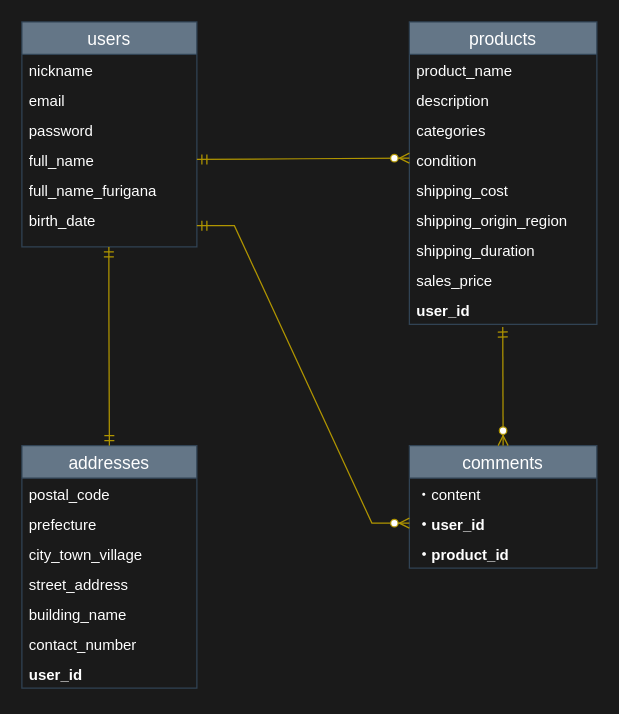
Above: FURIMA-17217.dio in YuyaTokutake1223/furima-17217 (draw.io), before the change. Source tidied: cells renumbered, new cells numbered last; positions are measured from the earlier drawing's top-left corner, leaving out a move shared by most shapes. Both pictures are drawn from the tidied source at 125%, with x=0, y=0 at pixel (21, 21).
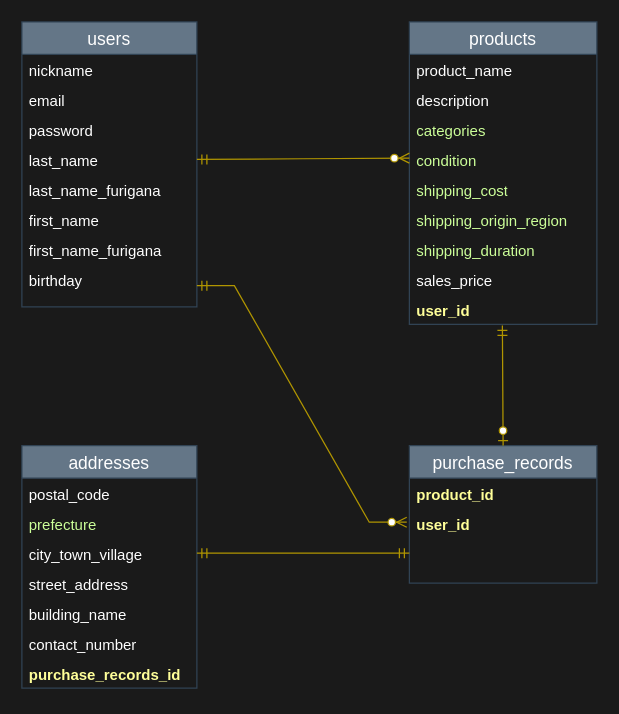
After the change.

Commit message (it also covers changes not shown here):
レビュー内容の修正

The change refers to these unchanged cells:
```xml
<mxCell id="9" value="products" style="swimlane;fontStyle=0;horizontal=1;startSize=26;align=center;fontSize=14;labelBackgroundColor=none;fontColor=#ffffff;fillColor=#647687;strokeColor=#314354;" parent="1" vertex="1">
  <mxGeometry x="310" width="150" height="242" as="geometry" />
</mxCell>
<mxCell id="19" value="addresses" style="swimlane;fontStyle=0;horizontal=1;startSize=26;align=center;fontSize=14;fontColor=#ffffff;labelBackgroundColor=none;fillColor=#647687;strokeColor=#314354;" parent="1" vertex="1">
  <mxGeometry y="339" width="140" height="194" as="geometry" />
</mxCell>
<mxCell id="22" value="city_town_village" style="text;strokeColor=none;fillColor=none;spacingLeft=4;spacingRight=4;overflow=hidden;points=[[0,0.5],[1,0.5]];portConstraint=eastwest;fontSize=12;fontColor=#FFFFFF;" parent="19" vertex="1">
  <mxGeometry y="74" width="140" height="24" as="geometry" />
</mxCell>
```

The edit, as a diff of the source:
```diff
@@
     <mxCell id="2" value="users" style="swimlane;fontStyle=0;horizontal=1;startSize=26;align=center;fontSize=14;labelBackgroundColor=none;fillColor=#647687;strokeColor=#314354;fontColor=#ffffff;" parent="1" vertex="1">
-      <mxGeometry width="140" height="180" as="geometry" />
+      <mxGeometry width="140" height="228" as="geometry" />
     </mxCell>
@@
-    <mxCell id="6" value="full_name" style="text;strokeColor=none;fillColor=none;spacingLeft=4;spacingRight=4;overflow=hidden;points=[[0,0.5],[1,0.5]];portConstraint=eastwest;fontSize=12;fontColor=#FFFFFF;" parent="2" vertex="1">
+    <mxCell id="6" value="last_name" style="text;strokeColor=none;fillColor=none;spacingLeft=4;spacingRight=4;overflow=hidden;points=[[0,0.5],[1,0.5]];portConstraint=eastwest;fontSize=12;fontColor=#FFFFFF;" parent="2" vertex="1">
       <mxGeometry y="98" width="140" height="24" as="geometry" />
     </mxCell>
-    <mxCell id="7" value="full_name_furigana" style="text;strokeColor=none;fillColor=none;spacingLeft=4;spacingRight=4;overflow=hidden;fontSize=12;fontColor=#FFFFFF;" parent="2" vertex="1">
+    <mxCell id="7" value="last_name_furigana" style="text;strokeColor=none;fillColor=none;spacingLeft=4;spacingRight=4;overflow=hidden;fontSize=12;fontColor=#FFFFFF;" parent="2" vertex="1">
       <mxGeometry y="122" width="140" height="24" as="geometry" />
     </mxCell>
+    <mxCell id="35" value="first_name" style="text;strokeColor=none;fillColor=none;spacingLeft=4;spacingRight=4;overflow=hidden;fontSize=12;fontColor=#FFFFFF;" parent="2" vertex="1">
+      <mxGeometry y="146" width="140" height="24" as="geometry" />
+    </mxCell>
+    <mxCell id="36" value="first_name_furigana" style="text;strokeColor=none;fillColor=none;spacingLeft=4;spacingRight=4;overflow=hidden;fontSize=12;fontColor=#FFFFFF;" parent="2" vertex="1">
+      <mxGeometry y="170" width="140" height="24" as="geometry" />
+    </mxCell>
-    <mxCell id="8" value="birth_date" style="text;strokeColor=none;fillColor=none;spacingLeft=4;spacingRight=4;overflow=hidden;points=[[0,0.5],[1,0.5]];portConstraint=eastwest;fontSize=12;fontColor=#FFFFFF;" parent="2" vertex="1">
-      <mxGeometry y="146" width="140" height="34" as="geometry" />
+    <mxCell id="8" value="birthday" style="text;strokeColor=none;fillColor=none;spacingLeft=4;spacingRight=4;overflow=hidden;points=[[0,0.5],[1,0.5]];portConstraint=eastwest;fontSize=12;fontColor=#FFFFFF;" parent="2" vertex="1">
+      <mxGeometry y="194" width="140" height="34" as="geometry" />
     </mxCell>
@@
-    <mxCell id="12" value="categories" style="text;strokeColor=none;fillColor=none;spacingLeft=4;spacingRight=4;overflow=hidden;fontSize=12;fontColor=#FFFFFF;" parent="9" vertex="1">
+    <mxCell id="12" value="categories" style="text;strokeColor=none;fillColor=none;spacingLeft=4;spacingRight=4;overflow=hidden;fontSize=12;fontColor=#CCFF99;" parent="9" vertex="1">
       <mxGeometry y="74" width="150" height="24" as="geometry" />
     </mxCell>
-    <mxCell id="13" value="condition" style="text;strokeColor=none;fillColor=none;spacingLeft=4;spacingRight=4;overflow=hidden;fontSize=12;fontColor=#FFFFFF;" parent="9" vertex="1">
+    <mxCell id="13" value="condition" style="text;strokeColor=none;fillColor=none;spacingLeft=4;spacingRight=4;overflow=hidden;fontSize=12;fontColor=#CCFF99;" parent="9" vertex="1">
       <mxGeometry y="98" width="150" height="24" as="geometry" />
     </mxCell>
-    <mxCell id="14" value="shipping_cost" style="text;strokeColor=none;fillColor=none;spacingLeft=4;spacingRight=4;overflow=hidden;fontSize=12;fontColor=#FFFFFF;" parent="9" vertex="1">
+    <mxCell id="14" value="shipping_cost" style="text;strokeColor=none;fillColor=none;spacingLeft=4;spacingRight=4;overflow=hidden;fontSize=12;fontColor=#CCFF99;html=1;" parent="9" vertex="1">
       <mxGeometry y="122" width="150" height="24" as="geometry" />
     </mxCell>
-    <mxCell id="15" value="shipping_origin_region" style="text;strokeColor=none;fillColor=none;spacingLeft=4;spacingRight=4;overflow=hidden;fontSize=12;fontColor=#FFFFFF;" parent="9" vertex="1">
+    <mxCell id="15" value="shipping_origin_region" style="text;strokeColor=none;fillColor=none;spacingLeft=4;spacingRight=4;overflow=hidden;fontSize=12;fontColor=#CCFF99;" parent="9" vertex="1">
       <mxGeometry y="146" width="150" height="24" as="geometry" />
     </mxCell>
-    <mxCell id="16" value="shipping_duration" style="text;strokeColor=none;fillColor=none;spacingLeft=4;spacingRight=4;overflow=hidden;fontSize=12;fontStyle=0;fontColor=#FFFFFF;" parent="9" vertex="1">
+    <mxCell id="16" value="shipping_duration" style="text;strokeColor=none;fillColor=none;spacingLeft=4;spacingRight=4;overflow=hidden;fontSize=12;fontStyle=0;fontColor=#CCFF99;" parent="9" vertex="1">
       <mxGeometry y="170" width="150" height="24" as="geometry" />
     </mxCell>
@@
-    <mxCell id="18" value="user_id" style="text;strokeColor=none;fillColor=none;spacingLeft=4;spacingRight=4;overflow=hidden;points=[[0,0.5],[1,0.5]];portConstraint=eastwest;fontSize=12;fontStyle=1;fontColor=#FFFFFF;" parent="9" vertex="1">
+    <mxCell id="18" value="user_id" style="text;strokeColor=none;fillColor=none;spacingLeft=4;spacingRight=4;overflow=hidden;points=[[0,0.5],[1,0.5]];portConstraint=eastwest;fontSize=12;fontStyle=1;fontColor=#FFFF99;" parent="9" vertex="1">
       <mxGeometry y="218" width="150" height="24" as="geometry" />
     </mxCell>
@@
-    <mxCell id="21" value="prefecture" style="text;strokeColor=none;fillColor=none;spacingLeft=4;spacingRight=4;overflow=hidden;fontSize=12;fontColor=#FFFFFF;" parent="19" vertex="1">
+    <mxCell id="21" value="prefecture" style="text;strokeColor=none;fillColor=none;spacingLeft=4;spacingRight=4;overflow=hidden;fontSize=12;fontColor=#CCFF99;" parent="19" vertex="1">
       <mxGeometry y="50" width="140" height="24" as="geometry" />
     </mxCell>
@@
-    <mxCell id="26" value="user_id" style="text;strokeColor=none;fillColor=none;spacingLeft=4;spacingRight=4;overflow=hidden;fontSize=12;fontStyle=1;fontColor=#FFFFFF;" parent="19" vertex="1">
-      <mxGeometry y="170" width="140" height="24" as="geometry" />
-    </mxCell>
+    <mxCell id="37" value="purchase_records_id" style="text;strokeColor=none;fillColor=none;spacingLeft=4;spacingRight=4;overflow=hidden;fontSize=12;fontColor=#FFFF99;fontStyle=1;" parent="19" vertex="1">
+      <mxGeometry y="170" width="140" height="24" as="geometry" />
+    </mxCell>
-    <mxCell id="27" value="comments" style="swimlane;fontStyle=0;horizontal=1;startSize=26;align=center;fontSize=14;fontColor=#ffffff;labelBackgroundColor=none;fillColor=#647687;strokeColor=#314354;" parent="1" vertex="1">
-      <mxGeometry x="310" y="339" width="150" height="98" as="geometry" />
+    <mxCell id="27" value="purchase_records" style="swimlane;fontStyle=0;horizontal=1;startSize=26;align=center;fontSize=14;fontColor=#ffffff;labelBackgroundColor=none;fillColor=#647687;strokeColor=#314354;" parent="1" vertex="1">
+      <mxGeometry x="310" y="339" width="150" height="110" as="geometry" />
     </mxCell>
+    <mxCell id="30" value="product_id" style="text;strokeColor=none;fillColor=none;spacingLeft=4;spacingRight=4;overflow=hidden;fontSize=12;fontStyle=1;fontColor=#FFFF99;" parent="27" vertex="1">
+      <mxGeometry y="26" width="150" height="24" as="geometry" />
+    </mxCell>
-    <mxCell id="28" value="・content" style="text;strokeColor=none;fillColor=none;spacingLeft=4;spacingRight=4;overflow=hidden;points=[[0,0.5],[1,0.5]];portConstraint=eastwest;fontSize=12;fontColor=#FFFFFF;" parent="27" vertex="1">
-      <mxGeometry y="26" width="150" height="24" as="geometry" />
+    <mxCell id="28" value="user_id" style="text;strokeColor=none;fillColor=none;spacingLeft=4;spacingRight=4;overflow=hidden;points=[[0,0.5],[1,0.5]];portConstraint=eastwest;fontSize=12;fontColor=#FFFF99;fontStyle=1;" parent="27" vertex="1">
+      <mxGeometry y="50" width="150" height="60" as="geometry" />
     </mxCell>
-    <mxCell id="29" value="・user_id" style="text;strokeColor=none;fillColor=none;spacingLeft=4;spacingRight=4;overflow=hidden;points=[[0,0.5],[1,0.5]];portConstraint=eastwest;fontSize=12;fontStyle=1;fontColor=#FFFFFF;" parent="27" vertex="1">
-      <mxGeometry y="50" width="150" height="24" as="geometry" />
-    </mxCell>
-    <mxCell id="30" value="・product_id" style="text;strokeColor=none;fillColor=none;spacingLeft=4;spacingRight=4;overflow=hidden;fontSize=12;fontStyle=1;fontColor=#FFFFFF;" parent="27" vertex="1">
-      <mxGeometry y="74" width="150" height="24" as="geometry" />
-    </mxCell>
@@
-    <mxCell id="32" style="edgeStyle=entityRelationEdgeStyle;fontSize=12;html=1;endArrow=ERzeroToMany;startArrow=ERmandOne;entryX=0;entryY=0.5;entryDx=0;entryDy=0;rounded=0;exitX=1;exitY=0.5;exitDx=0;exitDy=0;fontColor=#FFFFFF;labelBorderColor=#FF8000;fillColor=#e3c800;strokeColor=#B09500;" parent="1" edge="1" source="8" target="29">
+    <mxCell id="32" style="edgeStyle=entityRelationEdgeStyle;fontSize=12;html=1;endArrow=ERzeroToMany;startArrow=ERmandOne;rounded=0;exitX=1;exitY=0.5;exitDx=0;exitDy=0;fontColor=#FFFFFF;labelBorderColor=#FF8000;fillColor=#e3c800;strokeColor=#B09500;entryX=-0.014;entryY=0.188;entryDx=0;entryDy=0;entryPerimeter=0;" parent="1" edge="1" source="8" target="28">
       <mxGeometry relative="1" as="geometry" />
     </mxCell>
-    <mxCell id="33" style="fontSize=12;html=1;endArrow=ERmandOne;startArrow=ERmandOne;rounded=0;entryX=0.5;entryY=0;entryDx=0;entryDy=0;fontColor=#FFFFFF;labelBorderColor=#FF8000;fillColor=#e3c800;strokeColor=#B09500;" parent="1" edge="1" target="19">
+    <mxCell id="33" style="fontSize=12;html=1;endArrow=ERmandOne;startArrow=ERmandOne;rounded=0;fontColor=#FFFFFF;labelBorderColor=#FF8000;fillColor=#e3c800;strokeColor=#B09500;exitX=0;exitY=0.5;exitDx=0;exitDy=0;entryX=1;entryY=0.5;entryDx=0;entryDy=0;" parent="1" edge="1" target="22">
       <mxGeometry relative="1" as="geometry">
-        <mxPoint x="69.6" y="180" as="sourcePoint" />
-        <Array as="points">
-          <mxPoint x="69.6" y="230" />
-        </Array>
+        <mxPoint x="310" y="425" as="sourcePoint" />
       </mxGeometry>
     </mxCell>
-    <mxCell id="34" style="fontSize=12;html=1;endArrow=ERzeroToMany;startArrow=ERmandOne;rounded=0;entryX=0.5;entryY=0;entryDx=0;entryDy=0;exitX=0.498;exitY=1.087;exitDx=0;exitDy=0;exitPerimeter=0;fontColor=#FFFFFF;labelBorderColor=#FF8000;fillColor=#e3c800;strokeColor=#B09500;" parent="1" edge="1" source="18" target="27">
+    <mxCell id="34" style="fontSize=12;html=1;endArrow=ERzeroToOne;startArrow=ERmandOne;rounded=0;labelBorderColor=#FF8000;strokeColor=#B09500;fontColor=#333333;fillColor=#e3c800;entryX=0.5;entryY=0;entryDx=0;entryDy=0;exitX=0.496;exitY=1.036;exitDx=0;exitDy=0;exitPerimeter=0;" parent="1" edge="1" source="18" target="27">
       <mxGeometry relative="1" as="geometry" />
     </mxCell>
```
